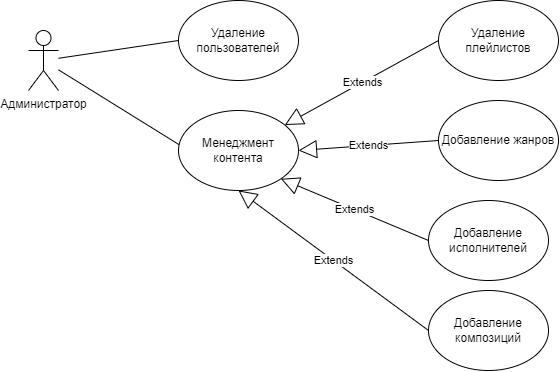
Above: documentation/use_case2.png in TP-6-1-3/StreamingService (draw.io), before the change. Source tidied: cells renumbered, new cells last; positions are measured from the earlier drawing's top-left corner, leaving out a move shared by most shapes. The source it was exported from:
```xml
<mxGraphModel>
  <root>
    <mxCell id="0" />
    <mxCell id="1" parent="0" />
    <mxCell id="2" value="Администратор" style="shape=umlActor;verticalLabelPosition=bottom;verticalAlign=top;html=1;outlineConnect=0;" parent="1" vertex="1">
      <mxGeometry y="30" width="30" height="60" as="geometry" />
    </mxCell>
    <mxCell id="3" value="Удаление пользователей" style="ellipse;whiteSpace=wrap;html=1;" parent="1" vertex="1">
      <mxGeometry x="150" width="120" height="80" as="geometry" />
    </mxCell>
    <mxCell id="4" style="endArrow=none;html=1;rounded=0;entryX=0;entryY=0.5;entryDx=0;entryDy=0;" parent="1" edge="1" source="2" target="3">
      <mxGeometry relative="1" as="geometry" />
    </mxCell>
    <mxCell id="5" style="endArrow=none;html=1;rounded=0;entryX=0;entryY=0.5;entryDx=0;entryDy=0;" parent="1" edge="1" source="2">
      <mxGeometry relative="1" as="geometry">
        <mxPoint x="160" y="150" as="targetPoint" />
      </mxGeometry>
    </mxCell>
    <mxCell id="6" value="Менеджмент контента" style="ellipse;whiteSpace=wrap;html=1;" parent="1" vertex="1">
      <mxGeometry x="150" y="110" width="120" height="80" as="geometry" />
    </mxCell>
    <mxCell id="7" value="Extends" style="endArrow=block;endSize=16;endFill=0;html=1;rounded=0;entryX=1;entryY=0.5;entryDx=0;entryDy=0;exitX=0;exitY=0.5;exitDx=0;exitDy=0;" parent="1" edge="1" source="8" target="6">
      <mxGeometry relative="1" as="geometry" />
    </mxCell>
    <mxCell id="8" value="Добавление жанров" style="ellipse;whiteSpace=wrap;html=1;" parent="1" vertex="1">
      <mxGeometry x="410" y="100" width="120" height="80" as="geometry" />
    </mxCell>
    <mxCell id="9" value="Extends" style="endArrow=block;endSize=16;endFill=0;html=1;rounded=0;entryX=1;entryY=1;entryDx=0;entryDy=0;exitX=0;exitY=0.5;exitDx=0;exitDy=0;" parent="1" edge="1" source="10" target="6">
      <mxGeometry relative="1" as="geometry" />
    </mxCell>
    <mxCell id="10" value="Добавление исполнителей" style="ellipse;whiteSpace=wrap;html=1;" parent="1" vertex="1">
      <mxGeometry x="400" y="200" width="120" height="80" as="geometry" />
    </mxCell>
    <mxCell id="11" value="Extends" style="endArrow=block;endSize=16;endFill=0;html=1;rounded=0;entryX=0.5;entryY=1;entryDx=0;entryDy=0;exitX=0;exitY=0.5;exitDx=0;exitDy=0;" parent="1" edge="1" source="12" target="6">
      <mxGeometry relative="1" as="geometry" />
    </mxCell>
    <mxCell id="12" value="Добавление композиций" style="ellipse;whiteSpace=wrap;html=1;" parent="1" vertex="1">
      <mxGeometry x="400" y="290" width="120" height="80" as="geometry" />
    </mxCell>
    <mxCell id="13" value="Extends" style="endArrow=block;endSize=16;endFill=0;html=1;rounded=0;exitX=0;exitY=0.5;exitDx=0;exitDy=0;" parent="1" edge="1" source="14" target="6">
      <mxGeometry relative="1" as="geometry" />
    </mxCell>
    <mxCell id="14" value="Удаление плейлистов" style="ellipse;whiteSpace=wrap;html=1;" parent="1" vertex="1">
      <mxGeometry x="410" width="120" height="80" as="geometry" />
    </mxCell>
  </root>
</mxGraphModel>
```
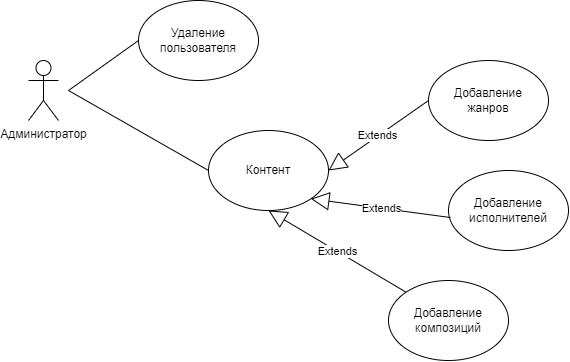
Later version of the same file.

Commit message:
Добавление диаграмм и дополнение курсовой работы

The edit, as a diff of the source:
```diff
@@ -3,45 +3,41 @@
     <mxCell id="0" />
     <mxCell id="1" parent="0" />
     <mxCell id="2" value="Администратор" style="shape=umlActor;verticalLabelPosition=bottom;verticalAlign=top;html=1;outlineConnect=0;" parent="1" vertex="1">
-      <mxGeometry y="30" width="30" height="60" as="geometry" />
+      <mxGeometry x="20" y="90" width="30" height="60" as="geometry" />
     </mxCell>
-    <mxCell id="3" value="Удаление пользователей" style="ellipse;whiteSpace=wrap;html=1;" parent="1" vertex="1">
-      <mxGeometry x="150" width="120" height="80" as="geometry" />
-    </mxCell>
-    <mxCell id="4" style="endArrow=none;html=1;rounded=0;entryX=0;entryY=0.5;entryDx=0;entryDy=0;" parent="1" edge="1" source="2" target="3">
-      <mxGeometry relative="1" as="geometry" />
-    </mxCell>
-    <mxCell id="5" style="endArrow=none;html=1;rounded=0;entryX=0;entryY=0.5;entryDx=0;entryDy=0;" parent="1" edge="1" source="2">
-      <mxGeometry relative="1" as="geometry">
-        <mxPoint x="160" y="150" as="targetPoint" />
-      </mxGeometry>
-    </mxCell>
-    <mxCell id="6" value="Менеджмент контента" style="ellipse;whiteSpace=wrap;html=1;" parent="1" vertex="1">
-      <mxGeometry x="150" y="110" width="120" height="80" as="geometry" />
-    </mxCell>
+    <mxCell id="15" value="Удаление пользователя" style="ellipse;whiteSpace=wrap;html=1;" parent="1" vertex="1">
+      <mxGeometry x="130" y="30" width="120" height="80" as="geometry" />
+    </mxCell>
+    <mxCell id="16" style="endArrow=none;html=1;rounded=0;entryX=0;entryY=0.5;entryDx=0;entryDy=0;" parent="1" edge="1" target="15">
+      <mxGeometry relative="1" as="geometry">
+        <mxPoint x="60" y="120" as="sourcePoint" />
+      </mxGeometry>
+    </mxCell>
+    <mxCell id="17" value="Контент" style="ellipse;whiteSpace=wrap;html=1;" parent="1" vertex="1">
+      <mxGeometry x="200" y="160" width="120" height="80" as="geometry" />
+    </mxCell>
+    <mxCell id="18" style="endArrow=none;html=1;rounded=0;exitX=0;exitY=0.5;exitDx=0;exitDy=0;" parent="1" edge="1" source="17">
+      <mxGeometry relative="1" as="geometry">
+        <mxPoint x="60" y="120" as="targetPoint" />
+      </mxGeometry>
+    </mxCell>
+    <mxCell id="8" value="Добавление&lt;br&gt;жанров" style="ellipse;whiteSpace=wrap;html=1;" parent="1" vertex="1">
+      <mxGeometry x="420" y="90" width="120" height="80" as="geometry" />
+    </mxCell>
-    <mxCell id="7" value="Extends" style="endArrow=block;endSize=16;endFill=0;html=1;rounded=0;entryX=1;entryY=0.5;entryDx=0;entryDy=0;exitX=0;exitY=0.5;exitDx=0;exitDy=0;" parent="1" edge="1" source="8" target="6">
+    <mxCell id="7" value="Extends" style="endArrow=block;endSize=16;endFill=0;html=1;rounded=0;entryX=1;entryY=0.5;entryDx=0;entryDy=0;exitX=0;exitY=0.5;exitDx=0;exitDy=0;" parent="1" edge="1" source="8" target="17">
       <mxGeometry relative="1" as="geometry" />
     </mxCell>
-    <mxCell id="8" value="Добавление жанров" style="ellipse;whiteSpace=wrap;html=1;" parent="1" vertex="1">
-      <mxGeometry x="410" y="100" width="120" height="80" as="geometry" />
-    </mxCell>
-    <mxCell id="9" value="Extends" style="endArrow=block;endSize=16;endFill=0;html=1;rounded=0;entryX=1;entryY=1;entryDx=0;entryDy=0;exitX=0;exitY=0.5;exitDx=0;exitDy=0;" parent="1" edge="1" source="10" target="6">
-      <mxGeometry relative="1" as="geometry" />
-    </mxCell>
     <mxCell id="10" value="Добавление исполнителей" style="ellipse;whiteSpace=wrap;html=1;" parent="1" vertex="1">
-      <mxGeometry x="400" y="200" width="120" height="80" as="geometry" />
+      <mxGeometry x="440" y="200" width="120" height="80" as="geometry" />
     </mxCell>
-    <mxCell id="11" value="Extends" style="endArrow=block;endSize=16;endFill=0;html=1;rounded=0;entryX=0.5;entryY=1;entryDx=0;entryDy=0;exitX=0;exitY=0.5;exitDx=0;exitDy=0;" parent="1" edge="1" source="12" target="6">
-      <mxGeometry relative="1" as="geometry" />
-    </mxCell>
+    <mxCell id="19" value="Extends" style="endArrow=block;endSize=16;endFill=0;html=1;rounded=0;entryX=1;entryY=1;entryDx=0;entryDy=0;exitX=0.017;exitY=0.588;exitDx=0;exitDy=0;exitPerimeter=0;" parent="1" edge="1" source="10" target="17">
+      <mxGeometry relative="1" as="geometry" />
+    </mxCell>
     <mxCell id="12" value="Добавление композиций" style="ellipse;whiteSpace=wrap;html=1;" parent="1" vertex="1">
-      <mxGeometry x="400" y="290" width="120" height="80" as="geometry" />
+      <mxGeometry x="380" y="310" width="120" height="80" as="geometry" />
     </mxCell>
-    <mxCell id="13" value="Extends" style="endArrow=block;endSize=16;endFill=0;html=1;rounded=0;exitX=0;exitY=0.5;exitDx=0;exitDy=0;" parent="1" edge="1" source="14" target="6">
-      <mxGeometry relative="1" as="geometry" />
-    </mxCell>
-    <mxCell id="14" value="Удаление плейлистов" style="ellipse;whiteSpace=wrap;html=1;" parent="1" vertex="1">
-      <mxGeometry x="410" width="120" height="80" as="geometry" />
-    </mxCell>
+    <mxCell id="20" value="Extends" style="endArrow=block;endSize=16;endFill=0;html=1;rounded=0;entryX=0.5;entryY=1;entryDx=0;entryDy=0;exitX=0;exitY=0;exitDx=0;exitDy=0;" parent="1" edge="1" source="12" target="17">
+      <mxGeometry relative="1" as="geometry" />
+    </mxCell>
   </root>
 </mxGraphModel>
```
